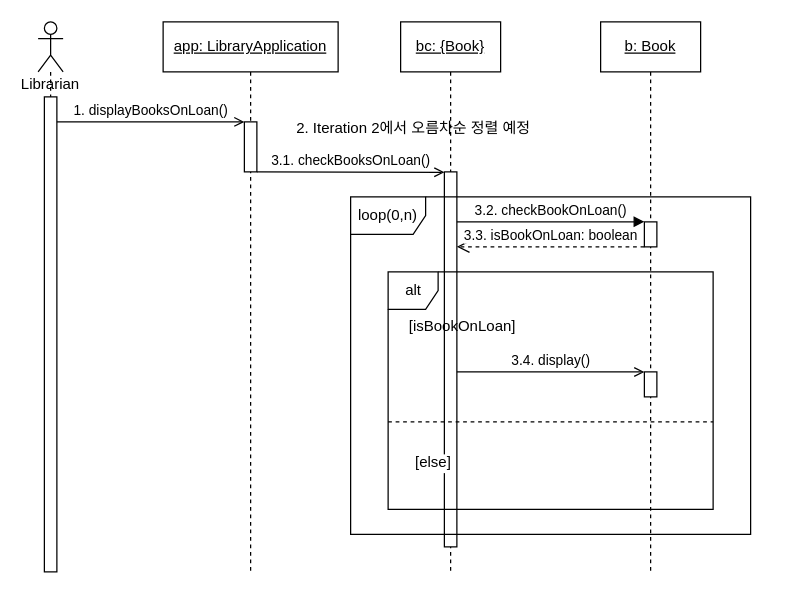
The draw.io diagram UML/SD4 Display books on loan.drawio in Halozhan/2023-2-LibraryApplication, before the edit. Source tidied: cells renumbered, new cells numbered last; positions are measured from the earlier drawing's top-left corner, leaving out a move shared by most shapes. Both pictures are drawn from the tidied source at 125%, with x=0, y=0 at pixel (38, 21).
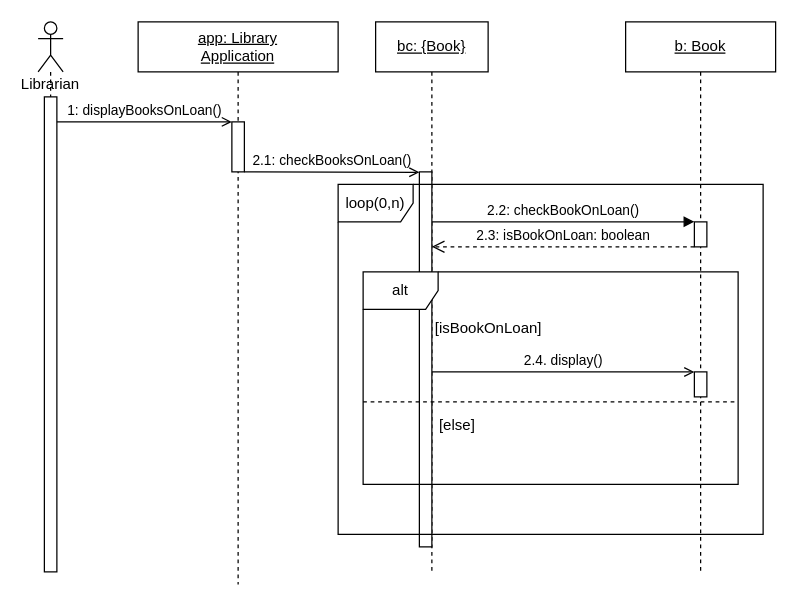
The same page after the edit.

The change refers to these unchanged cells:
```xml
<mxCell id="4" style="html=1;points=[];perimeter=orthogonalPerimeter;" parent="2" vertex="1">
  <mxGeometry x="5" y="60" width="10" height="380" as="geometry" />
</mxCell>
```

What changed in the source:
```diff
@@
-    <mxCell id="5" value="&lt;u&gt;app: LibraryApplication&lt;/u&gt;" style="shape=umlLifeline;perimeter=lifelinePerimeter;whiteSpace=wrap;html=1;" parent="1" vertex="1">
-      <mxGeometry x="100" width="140" height="440" as="geometry" />
+    <mxCell id="5" value="&lt;u&gt;app: Library&lt;br&gt;Application&lt;/u&gt;" style="shape=umlLifeline;perimeter=lifelinePerimeter;whiteSpace=wrap;html=1;" parent="1" vertex="1">
+      <mxGeometry x="80" width="160" height="450" as="geometry" />
     </mxCell>
     <mxCell id="6" style="html=1;points=[];perimeter=orthogonalPerimeter;" parent="5" vertex="1">
-      <mxGeometry x="65" y="80" width="10" height="40" as="geometry" />
+      <mxGeometry x="75" y="80" width="10" height="40" as="geometry" />
     </mxCell>
-    <mxCell id="7" value="&lt;u&gt;bc: {Book}&lt;/u&gt;" style="shape=umlLifeline;perimeter=lifelinePerimeter;whiteSpace=wrap;html=1;" parent="1" vertex="1">
-      <mxGeometry x="290" width="80" height="440" as="geometry" />
-    </mxCell>
-    <mxCell id="8" style="html=1;points=[];perimeter=orthogonalPerimeter;" parent="7" vertex="1">
-      <mxGeometry x="35" y="120" width="10" height="300" as="geometry" />
-    </mxCell>
     <mxCell id="9" value="&lt;u style=&quot;&quot;&gt;b: Book&lt;/u&gt;" style="shape=umlLifeline;perimeter=lifelinePerimeter;whiteSpace=wrap;html=1;" parent="1" vertex="1">
-      <mxGeometry x="450" width="80" height="440" as="geometry" />
+      <mxGeometry x="470" width="120" height="440" as="geometry" />
     </mxCell>
     <mxCell id="10" style="html=1;points=[];perimeter=orthogonalPerimeter;" parent="9" vertex="1">
-      <mxGeometry x="35" y="160" width="10" height="20" as="geometry" />
+      <mxGeometry x="55" y="160" width="10" height="20" as="geometry" />
     </mxCell>
     <mxCell id="11" style="html=1;points=[];perimeter=orthogonalPerimeter;" parent="9" vertex="1">
-      <mxGeometry x="35" y="280" width="10" height="20" as="geometry" />
+      <mxGeometry x="55" y="280" width="10" height="20" as="geometry" />
     </mxCell>
-    <mxCell id="12" value="1. displayBooksOnLoan()" style="html=1;verticalAlign=bottom;labelBackgroundColor=none;endArrow=open;endFill=0;elbow=vertical;entryX=0.001;entryY=0.001;entryDx=0;entryDy=0;entryPerimeter=0;" parent="1" edge="1" source="4" target="6">
+    <mxCell id="12" value="1: displayBooksOnLoan()" style="html=1;verticalAlign=bottom;labelBackgroundColor=none;endArrow=open;endFill=0;elbow=vertical;entryX=0.001;entryY=0.001;entryDx=0;entryDy=0;entryPerimeter=0;" parent="1" edge="1" source="4" target="6">
       <mxGeometry relative="1" as="geometry" />
     </mxCell>
-    <mxCell id="13" value="2. Iteration 2에서 오름차순 정렬 예정" style="text;html=1;align=center;verticalAlign=middle;strokeColor=none;fillColor=none;" parent="1" vertex="1">
-      <mxGeometry x="190" y="70" width="220" height="30" as="geometry" />
-    </mxCell>
-    <mxCell id="14" value="3.1. checkBooksOnLoan()" style="html=1;verticalAlign=bottom;labelBackgroundColor=none;endArrow=open;endFill=0;elbow=vertical;entryX=0.001;entryY=0.001;entryDx=0;entryDy=0;entryPerimeter=0;" parent="1" edge="1" source="6" target="8">
-      <mxGeometry relative="1" as="geometry" />
-    </mxCell>
-    <mxCell id="15" value="3.2. checkBookOnLoan()" style="html=1;verticalAlign=bottom;endArrow=block;entryX=-0.005;entryY=-0.005;entryDx=0;entryDy=0;entryPerimeter=0;" parent="1" edge="1" source="8" target="10">
+    <mxCell id="15" value="2.2: checkBookOnLoan()" style="html=1;verticalAlign=bottom;endArrow=block;entryX=-0.005;entryY=-0.005;entryDx=0;entryDy=0;entryPerimeter=0;" parent="1" edge="1" source="8" target="10">
       <mxGeometry relative="1" as="geometry" />
     </mxCell>
-    <mxCell id="16" value="3.3. isBookOnLoan: boolean" style="html=1;verticalAlign=bottom;endArrow=open;dashed=1;endSize=8;exitX=-0.005;exitY=0.997;exitDx=0;exitDy=0;exitPerimeter=0;" parent="1" edge="1" source="10" target="8">
+    <mxCell id="16" value="2.3: isBookOnLoan: boolean" style="html=1;verticalAlign=bottom;endArrow=open;dashed=1;endSize=8;exitX=-0.005;exitY=0.997;exitDx=0;exitDy=0;exitPerimeter=0;" parent="1" edge="1" source="10" target="8">
       <mxGeometry relative="1" as="geometry" />
     </mxCell>
-    <mxCell id="17" value="3.4. display()" style="html=1;verticalAlign=bottom;labelBackgroundColor=none;endArrow=open;endFill=0;entryX=-0.003;entryY=0.004;entryDx=0;entryDy=0;entryPerimeter=0;" parent="1" edge="1" source="8" target="11">
+    <mxCell id="17" value="2.4. display()" style="html=1;verticalAlign=bottom;labelBackgroundColor=none;endArrow=open;endFill=0;entryX=-0.003;entryY=0.004;entryDx=0;entryDy=0;entryPerimeter=0;" parent="1" edge="1" source="8" target="11">
       <mxGeometry relative="1" as="geometry" />
     </mxCell>
+    <mxCell id="7" value="&lt;u&gt;bc: {Book}&lt;/u&gt;" style="shape=umlLifeline;perimeter=lifelinePerimeter;whiteSpace=wrap;html=1;" parent="1" vertex="1">
+      <mxGeometry x="270" width="90" height="440" as="geometry" />
+    </mxCell>
+    <mxCell id="8" style="html=1;points=[];perimeter=orthogonalPerimeter;" parent="7" vertex="1">
+      <mxGeometry x="35" y="120" width="10" height="300" as="geometry" />
+    </mxCell>
+    <mxCell id="14" value="2.1: checkBooksOnLoan()" style="html=1;verticalAlign=bottom;labelBackgroundColor=none;endArrow=open;endFill=0;elbow=vertical;entryX=0.001;entryY=0.001;entryDx=0;entryDy=0;entryPerimeter=0;" parent="1" edge="1" source="6" target="8">
+      <mxGeometry relative="1" as="geometry" />
+    </mxCell>
     <mxCell id="18" value="loop(0,n)" style="shape=umlFrame;whiteSpace=wrap;html=1;" parent="1" vertex="1">
-      <mxGeometry x="250" y="140" width="320" height="270" as="geometry" />
+      <mxGeometry x="240" y="130" width="340" height="280" as="geometry" />
     </mxCell>
-    <mxCell id="19" value="alt" style="shape=umlFrame;tabWidth=110;tabHeight=30;tabPosition=left;html=1;boundedLbl=1;labelInHeader=1;width=40;height=30;" parent="1" vertex="1">
-      <mxGeometry x="280" y="200" width="260" height="190" as="geometry" />
+    <mxCell id="19" value="alt" style="shape=umlFrame;whiteSpace=wrap;html=1;" parent="1" vertex="1">
+      <mxGeometry x="260" y="200" width="300" height="170" as="geometry" />
     </mxCell>
-    <mxCell id="20" value="[isBookOnLoan]" style="text;" parent="19" vertex="1">
-      <mxGeometry width="100" height="20" relative="1" as="geometry">
-        <mxPoint x="15" y="30" as="offset" />
-      </mxGeometry>
+    <mxCell id="20" value="[isBookOnLoan]" style="text;html=1;align=center;verticalAlign=middle;strokeColor=none;fillColor=none;" parent="1" vertex="1">
+      <mxGeometry x="305" y="230" width="110" height="30" as="geometry" />
     </mxCell>
+    <mxCell id="22" style="line;strokeWidth=1;fillColor=none;align=left;verticalAlign=middle;spacingTop=-1;spacingLeft=3;spacingRight=3;labelPosition=right;strokeColor=inherit;dashed=1;" parent="1" vertex="1">
+      <mxGeometry x="260" y="300" width="300" height="8" as="geometry" />
+    </mxCell>
-    <mxCell id="21" value="[else]" style="line;strokeWidth=1;dashed=1;labelPosition=center;verticalLabelPosition=bottom;align=left;verticalAlign=top;spacingLeft=20;spacingTop=15;" parent="19" vertex="1">
-      <mxGeometry y="116.1" width="260" height="7.6" as="geometry" />
+    <mxCell id="21" value="[else]" style="text;html=1;align=center;verticalAlign=middle;strokeColor=none;fillColor=none;" parent="1" vertex="1">
+      <mxGeometry x="310" y="308" width="50" height="30" as="geometry" />
     </mxCell>
```
